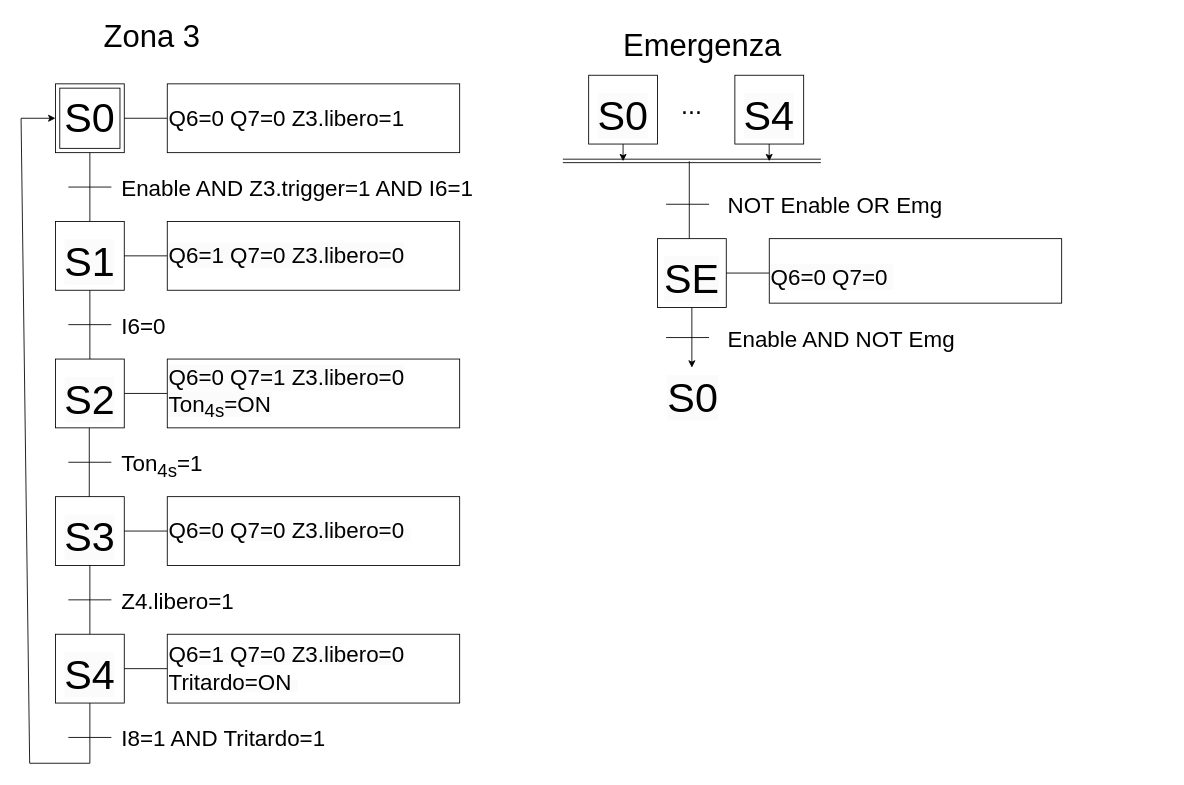
Before: page "Zona 3" (4 of 7) of grafcet.drawio in simonebroili/Ciclo-di-Lavorazione, a draw.io diagram. Source tidied: cells renumbered, new cells numbered last; positions are measured from the earlier drawing's top-left corner, leaving out a move shared by most shapes. Both pictures are drawn from the tidied source at 86%, with x=0, y=0 at pixel (21, 15).
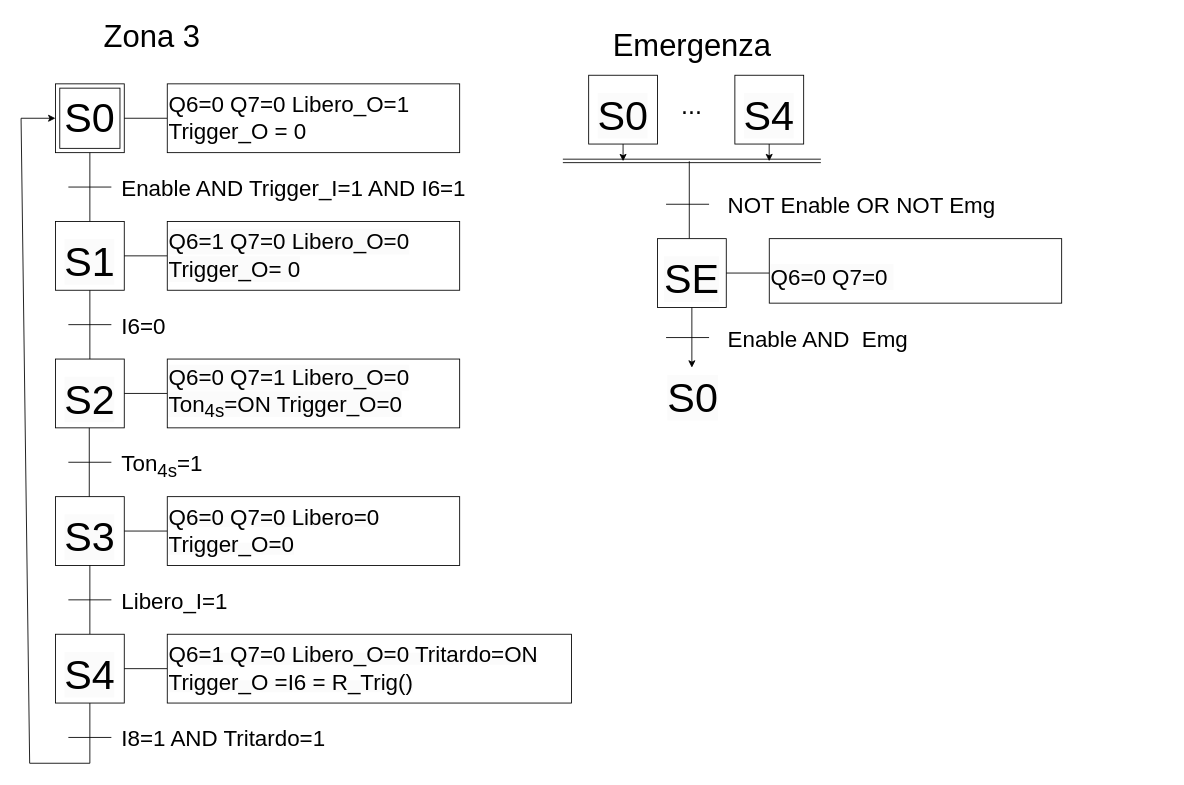
The same diagram, later.

The edit, as a diff of the source:
```diff
@@
-    <mxCell id="8" value="&lt;span style=&quot;font-size: 26px;&quot;&gt;Q6=0 Q7=0 Z3.libero=1&lt;/span&gt;" style="rounded=0;whiteSpace=wrap;html=1;align=left;" parent="1" vertex="1">
+    <mxCell id="8" value="&lt;span style=&quot;font-size: 26px;&quot;&gt;Q6=0 Q7=0 Libero_O=1 Trigger_O = 0&lt;/span&gt;" style="rounded=0;whiteSpace=wrap;html=1;align=left;" parent="1" vertex="1">
       <mxGeometry x="170" y="80" width="340" height="80" as="geometry" />
     </mxCell>
@@
-    <mxCell id="10" value="&lt;span style=&quot;color: rgb(0, 0, 0); font-family: Helvetica; font-size: 26px; font-style: normal; font-variant-ligatures: normal; font-variant-caps: normal; font-weight: 400; letter-spacing: normal; orphans: 2; text-indent: 0px; text-transform: none; widows: 2; word-spacing: 0px; -webkit-text-stroke-width: 0px; background-color: rgb(251, 251, 251); text-decoration-thickness: initial; text-decoration-style: initial; text-decoration-color: initial; float: none; display: inline !important;&quot;&gt;Q6=1 Q7=0 Z3.libero=0&lt;/span&gt;" style="rounded=0;whiteSpace=wrap;html=1;align=left;" parent="1" vertex="1">
+    <mxCell id="10" value="&lt;span style=&quot;color: rgb(0, 0, 0); font-family: Helvetica; font-size: 26px; font-style: normal; font-variant-ligatures: normal; font-variant-caps: normal; font-weight: 400; letter-spacing: normal; orphans: 2; text-indent: 0px; text-transform: none; widows: 2; word-spacing: 0px; -webkit-text-stroke-width: 0px; background-color: rgb(251, 251, 251); text-decoration-thickness: initial; text-decoration-style: initial; text-decoration-color: initial; float: none; display: inline !important;&quot;&gt;Q6=1 Q7=0 Libero_O=0 Trigger_O= 0&lt;/span&gt;" style="rounded=0;whiteSpace=wrap;html=1;align=left;" parent="1" vertex="1">
       <mxGeometry x="170" y="240" width="340" height="80" as="geometry" />
     </mxCell>
@@
-    <mxCell id="12" value="&lt;span style=&quot;color: rgb(0, 0, 0); font-family: Helvetica; font-size: 26px; font-style: normal; font-variant-ligatures: normal; font-variant-caps: normal; font-weight: 400; letter-spacing: normal; orphans: 2; text-indent: 0px; text-transform: none; widows: 2; word-spacing: 0px; -webkit-text-stroke-width: 0px; background-color: rgb(251, 251, 251); text-decoration-thickness: initial; text-decoration-style: initial; text-decoration-color: initial; float: none; display: inline !important;&quot;&gt;Q6=0 Q7=1 Z3.libero=0 Ton&lt;sub&gt;4s&lt;/sub&gt;=ON&lt;/span&gt;" style="rounded=0;whiteSpace=wrap;html=1;align=left;" parent="1" vertex="1">
+    <mxCell id="12" value="&lt;span style=&quot;color: rgb(0, 0, 0); font-family: Helvetica; font-size: 26px; font-style: normal; font-variant-ligatures: normal; font-variant-caps: normal; font-weight: 400; letter-spacing: normal; orphans: 2; text-indent: 0px; text-transform: none; widows: 2; word-spacing: 0px; -webkit-text-stroke-width: 0px; background-color: rgb(251, 251, 251); text-decoration-thickness: initial; text-decoration-style: initial; text-decoration-color: initial; float: none; display: inline !important;&quot;&gt;Q6=0 Q7=1 Libero_O=0 Ton&lt;sub&gt;4s&lt;/sub&gt;=ON Trigger_O=0&lt;/span&gt;" style="rounded=0;whiteSpace=wrap;html=1;align=left;" parent="1" vertex="1">
       <mxGeometry x="170" y="400" width="340" height="80" as="geometry" />
     </mxCell>
@@
-    <mxCell id="14" value="&lt;span style=&quot;color: rgb(0, 0, 0); font-family: Helvetica; font-style: normal; font-variant-ligatures: normal; font-variant-caps: normal; font-weight: 400; letter-spacing: normal; orphans: 2; text-indent: 0px; text-transform: none; widows: 2; word-spacing: 0px; -webkit-text-stroke-width: 0px; background-color: rgb(251, 251, 251); text-decoration-thickness: initial; text-decoration-style: initial; text-decoration-color: initial; float: none; display: inline !important;&quot;&gt;&lt;span style=&quot;font-size: 26px;&quot;&gt;Q6=0 Q7=0 Z3.libero=0&amp;nbsp;&lt;/span&gt;&lt;/span&gt;" style="rounded=0;whiteSpace=wrap;html=1;align=left;" parent="1" vertex="1">
+    <mxCell id="14" value="&lt;span style=&quot;color: rgb(0, 0, 0); font-family: Helvetica; font-style: normal; font-variant-ligatures: normal; font-variant-caps: normal; font-weight: 400; letter-spacing: normal; orphans: 2; text-indent: 0px; text-transform: none; widows: 2; word-spacing: 0px; -webkit-text-stroke-width: 0px; background-color: rgb(251, 251, 251); text-decoration-thickness: initial; text-decoration-style: initial; text-decoration-color: initial; float: none; display: inline !important;&quot;&gt;&lt;span style=&quot;font-size: 26px;&quot;&gt;Q6=0 Q7=0 Libero=0 Trigger_O=0&lt;/span&gt;&lt;/span&gt;" style="rounded=0;whiteSpace=wrap;html=1;align=left;" parent="1" vertex="1">
       <mxGeometry x="170" y="560" width="340" height="80" as="geometry" />
     </mxCell>
@@
-    <mxCell id="18" value="&lt;span style=&quot;font-size: 26px;&quot;&gt;Enable AND Z3.trigger=1 AND I6=1&amp;nbsp;&lt;/span&gt;" style="text;whiteSpace=wrap;html=1;" parent="1" vertex="1">
+    <mxCell id="18" value="&lt;span style=&quot;font-size: 26px;&quot;&gt;Enable AND Trigger_I=1 AND I6=1&amp;nbsp;&lt;/span&gt;" style="text;whiteSpace=wrap;html=1;" parent="1" vertex="1">
       <mxGeometry x="115" y="180" width="435" height="50" as="geometry" />
     </mxCell>
@@
-    <mxCell id="26" value="&lt;span style=&quot;font-size: 26px;&quot;&gt;Z4.libero=1&lt;/span&gt;" style="text;whiteSpace=wrap;html=1;" parent="1" vertex="1">
+    <mxCell id="26" value="&lt;span style=&quot;font-size: 26px;&quot;&gt;Libero_I=1&lt;/span&gt;" style="text;whiteSpace=wrap;html=1;" parent="1" vertex="1">
       <mxGeometry x="115" y="660" width="395" height="50" as="geometry" />
     </mxCell>
@@
-    <mxCell id="31" value="&lt;span style=&quot;color: rgb(0, 0, 0); font-family: Helvetica; font-style: normal; font-variant-ligatures: normal; font-variant-caps: normal; font-weight: 400; letter-spacing: normal; orphans: 2; text-indent: 0px; text-transform: none; widows: 2; word-spacing: 0px; -webkit-text-stroke-width: 0px; background-color: rgb(251, 251, 251); text-decoration-thickness: initial; text-decoration-style: initial; text-decoration-color: initial; float: none; display: inline !important;&quot;&gt;&lt;span style=&quot;font-size: 26px;&quot;&gt;Q6=1 Q7=0 Z3.libero=0 Tritardo=ON&amp;nbsp;&lt;/span&gt;&lt;/span&gt;" style="rounded=0;whiteSpace=wrap;html=1;align=left;" parent="1" vertex="1">
-      <mxGeometry x="170" y="720" width="340" height="80" as="geometry" />
+    <mxCell id="31" value="&lt;span style=&quot;color: rgb(0, 0, 0); font-family: Helvetica; font-style: normal; font-variant-ligatures: normal; font-variant-caps: normal; font-weight: 400; letter-spacing: normal; orphans: 2; text-indent: 0px; text-transform: none; widows: 2; word-spacing: 0px; -webkit-text-stroke-width: 0px; background-color: rgb(251, 251, 251); text-decoration-thickness: initial; text-decoration-style: initial; text-decoration-color: initial; float: none; display: inline !important;&quot;&gt;&lt;span style=&quot;font-size: 26px;&quot;&gt;Q6=1 Q7=0 Libero_O=0 Tritardo=ON Trigger_O =I6 = R_Trig()&lt;/span&gt;&lt;/span&gt;" style="rounded=0;whiteSpace=wrap;html=1;align=left;" parent="1" vertex="1">
+      <mxGeometry x="170" y="720" width="470" height="80" as="geometry" />
     </mxCell>
@@
     <mxCell id="34" value="&lt;font style=&quot;font-size: 36px;&quot;&gt;Emergenza&lt;/font&gt;" style="text;html=1;strokeColor=none;fillColor=none;align=center;verticalAlign=middle;whiteSpace=wrap;rounded=0;" parent="1" vertex="1">
-      <mxGeometry x="660" y="10" width="265" height="50" as="geometry" />
+      <mxGeometry x="647.5" y="10" width="265" height="50" as="geometry" />
     </mxCell>
@@
-    <mxCell id="48" value="&lt;span style=&quot;font-size: 26px;&quot;&gt;NOT Enable OR Emg&lt;/span&gt;" style="text;whiteSpace=wrap;html=1;" parent="1" vertex="1">
+    <mxCell id="48" value="&lt;span style=&quot;font-size: 26px;&quot;&gt;NOT Enable OR NOT Emg&lt;/span&gt;" style="text;whiteSpace=wrap;html=1;" parent="1" vertex="1">
       <mxGeometry x="820" y="200" width="515" height="50" as="geometry" />
     </mxCell>
@@
-    <mxCell id="50" value="&lt;span style=&quot;font-size: 26px;&quot;&gt;Enable AND NOT Emg&lt;/span&gt;" style="text;whiteSpace=wrap;html=1;" parent="1" vertex="1">
+    <mxCell id="50" value="&lt;span style=&quot;font-size: 26px;&quot;&gt;Enable AND&amp;nbsp; Emg&lt;/span&gt;" style="text;whiteSpace=wrap;html=1;" parent="1" vertex="1">
       <mxGeometry x="820" y="355" width="515" height="50" as="geometry" />
     </mxCell>
```
